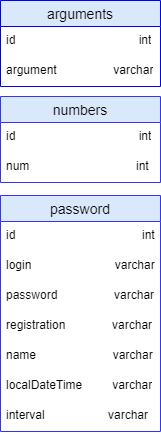
Earlier version of the draw.io export ch1-lessonA-spring/ch1-lessonA-spring.drawio.png (TriAndres/epam). Source tidied: cells renumbered, new cells last; positions are measured from the earlier drawing's top-left corner, leaving out a move shared by most shapes.
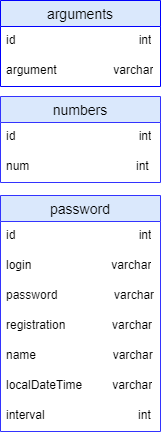
After the commit.

What changed in the source:
```diff
@@ -14,10 +14,10 @@
     <mxCell id="5" value="password" style="swimlane;fontStyle=0;horizontal=1;startSize=26;align=center;fontSize=14;fillColor=#dae8fc;strokeColor=#3333FF;" parent="1" vertex="1">
       <mxGeometry y="195" width="160" height="236" as="geometry" />
     </mxCell>
-    <mxCell id="6" value="id&amp;nbsp; &amp;nbsp; &amp;nbsp; &amp;nbsp; &amp;nbsp; &amp;nbsp; &amp;nbsp; &amp;nbsp; &amp;nbsp; &amp;nbsp; &amp;nbsp; &amp;nbsp; &amp;nbsp; &amp;nbsp; &amp;nbsp; &amp;nbsp; &amp;nbsp; &amp;nbsp; &amp;nbsp; int" style="text;strokeColor=none;fillColor=none;spacingLeft=4;spacingRight=4;overflow=hidden;fontSize=12;whiteSpace=wrap;html=1;" parent="5" vertex="1">
+    <mxCell id="6" value="id&amp;nbsp; &amp;nbsp; &amp;nbsp; &amp;nbsp; &amp;nbsp; &amp;nbsp; &amp;nbsp; &amp;nbsp; &amp;nbsp; &amp;nbsp; &amp;nbsp; &amp;nbsp; &amp;nbsp; &amp;nbsp; &amp;nbsp; &amp;nbsp; &amp;nbsp; &amp;nbsp; &amp;nbsp;int" style="text;strokeColor=none;fillColor=none;spacingLeft=4;spacingRight=4;overflow=hidden;fontSize=12;whiteSpace=wrap;html=1;" parent="5" vertex="1">
       <mxGeometry y="26" width="160" height="30" as="geometry" />
     </mxCell>
-    <mxCell id="7" value="login&amp;nbsp; &amp;nbsp; &amp;nbsp; &amp;nbsp; &amp;nbsp; &amp;nbsp; &amp;nbsp; &amp;nbsp; &amp;nbsp; &amp;nbsp; &amp;nbsp; &amp;nbsp; &amp;nbsp;varchar" style="text;strokeColor=none;fillColor=none;spacingLeft=4;spacingRight=4;overflow=hidden;fontSize=12;whiteSpace=wrap;html=1;" parent="5" vertex="1">
+    <mxCell id="7" value="login&amp;nbsp; &amp;nbsp; &amp;nbsp; &amp;nbsp; &amp;nbsp; &amp;nbsp; &amp;nbsp; &amp;nbsp; &amp;nbsp; &amp;nbsp; &amp;nbsp; &amp;nbsp; varchar" style="text;strokeColor=none;fillColor=none;spacingLeft=4;spacingRight=4;overflow=hidden;fontSize=12;whiteSpace=wrap;html=1;" parent="5" vertex="1">
       <mxGeometry y="56" width="160" height="30" as="geometry" />
     </mxCell>
     <mxCell id="8" value="password&amp;nbsp; &amp;nbsp; &amp;nbsp; &amp;nbsp; &amp;nbsp; &amp;nbsp; &amp;nbsp; &amp;nbsp; &amp;nbsp;varchar" style="text;strokeColor=none;fillColor=none;spacingLeft=4;spacingRight=4;overflow=hidden;fontSize=12;whiteSpace=wrap;html=1;" parent="5" vertex="1">
@@ -32,7 +32,7 @@
     <mxCell id="11" value="localDateTime&amp;nbsp; &amp;nbsp; &amp;nbsp; &amp;nbsp; &amp;nbsp;varchar" style="text;strokeColor=none;fillColor=none;spacingLeft=4;spacingRight=4;overflow=hidden;fontSize=12;whiteSpace=wrap;html=1;" parent="5" vertex="1">
       <mxGeometry y="176" width="160" height="30" as="geometry" />
     </mxCell>
-    <mxCell id="12" value="interval&amp;nbsp; &amp;nbsp; &amp;nbsp; &amp;nbsp; &amp;nbsp; &amp;nbsp; &amp;nbsp; &amp;nbsp; &amp;nbsp; &amp;nbsp;varchar" style="text;strokeColor=none;fillColor=none;spacingLeft=4;spacingRight=4;overflow=hidden;fontSize=12;whiteSpace=wrap;html=1;" parent="5" vertex="1">
+    <mxCell id="12" value="interval&amp;nbsp; &amp;nbsp; &amp;nbsp; &amp;nbsp; &amp;nbsp; &amp;nbsp; &amp;nbsp; &amp;nbsp; &amp;nbsp; &amp;nbsp; &amp;nbsp; &amp;nbsp; &amp;nbsp; &amp;nbsp; int" style="text;strokeColor=none;fillColor=none;spacingLeft=4;spacingRight=4;overflow=hidden;fontSize=12;whiteSpace=wrap;html=1;" parent="5" vertex="1">
       <mxGeometry y="206" width="160" height="30" as="geometry" />
     </mxCell>
     <mxCell id="13" value="numbers" style="swimlane;fontStyle=0;horizontal=1;startSize=26;align=center;fontSize=14;fillColor=#dae8fc;strokeColor=#3333FF;" parent="1" vertex="1">
```
